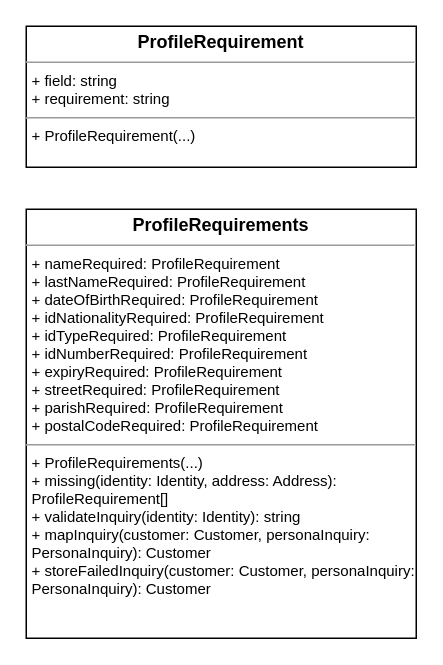
Before: practices/clean_engineering/model/.examples/actual/from-markdown/to-drawio/KYC/kyc.drawio in abd-works/abd-context-driven-delivery, a draw.io diagram. Source tidied: cells renumbered, new cells numbered last; positions are measured from the earlier drawing's top-left corner, leaving out a move shared by most shapes. Both pictures are drawn from the tidied source at 150%, with x=0, y=0 at pixel (26, 26).
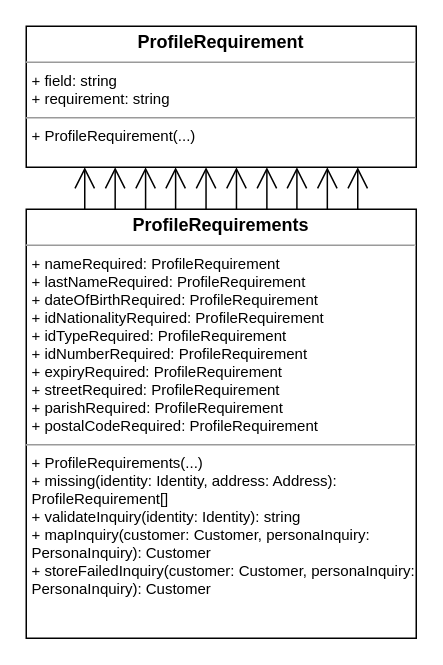
The same page after the edit.

What changed in the source:
```diff
@@
 <mxGraphModel>
   <root>
     <mxCell id="0" />
     <mxCell id="1" parent="0" />
     <mxCell id="2" value="&lt;p style=&quot;margin:0px;margin-top:4px;text-align:center;&quot;&gt;&lt;b&gt;ProfileRequirement&lt;/b&gt;&lt;/p&gt;&lt;hr size=&quot;1&quot;/&gt;&lt;p style=&quot;margin:0px;margin-left:4px;font-size:10px;&quot;&gt;+ field: string&lt;br/&gt;+ requirement: string&lt;br/&gt;&lt;/p&gt;&lt;hr size=&quot;1&quot;/&gt;&lt;p style=&quot;margin:0px;margin-left:4px;font-size:10px;&quot;&gt;+ ProfileRequirement(...)&lt;br/&gt;&lt;/p&gt;" style="verticalAlign=top;align=left;overflow=fill;fontSize=12;fontFamily=Helvetica;html=1;whiteSpace=wrap;" parent="1" vertex="1">
       <mxGeometry width="260" height="94" as="geometry" />
     </mxCell>
     <mxCell id="3" value="&lt;p style=&quot;margin:0px;margin-top:4px;text-align:center;&quot;&gt;&lt;b&gt;ProfileRequirements&lt;/b&gt;&lt;/p&gt;&lt;hr size=&quot;1&quot;/&gt;&lt;p style=&quot;margin:0px;margin-left:4px;font-size:10px;&quot;&gt;+ nameRequired: ProfileRequirement&lt;br/&gt;+ lastNameRequired: ProfileRequirement&lt;br/&gt;+ dateOfBirthRequired: ProfileRequirement&lt;br/&gt;+ idNationalityRequired: ProfileRequirement&lt;br/&gt;+ idTypeRequired: ProfileRequirement&lt;br/&gt;+ idNumberRequired: ProfileRequirement&lt;br/&gt;+ expiryRequired: ProfileRequirement&lt;br/&gt;+ streetRequired: ProfileRequirement&lt;br/&gt;+ parishRequired: ProfileRequirement&lt;br/&gt;+ postalCodeRequired: ProfileRequirement&lt;br/&gt;&lt;/p&gt;&lt;hr size=&quot;1&quot;/&gt;&lt;p style=&quot;margin:0px;margin-left:4px;font-size:10px;&quot;&gt;+ ProfileRequirements(...)&lt;br/&gt;+ missing(identity: Identity, address: Address): ProfileRequirement[]&lt;br/&gt;+ validateInquiry(identity: Identity): string&lt;br/&gt;+ mapInquiry(customer: Customer, personaInquiry: PersonaInquiry): Customer&lt;br/&gt;+ storeFailedInquiry(customer: Customer, personaInquiry: PersonaInquiry): Customer&lt;br/&gt;&lt;/p&gt;" style="verticalAlign=top;align=left;overflow=fill;fontSize=12;fontFamily=Helvetica;html=1;whiteSpace=wrap;" parent="1" vertex="1">
       <mxGeometry y="122" width="260" height="286" as="geometry" />
     </mxCell>
+    <mxCell id="4" style="edgeStyle=orthogonalEdgeStyle;rounded=1;endArrow=open;endSize=12;html=1;exitX=0.15;exitY=0.0;exitDx=0;exitDy=0;entryX=0.15;entryY=1.0;entryDx=0;entryDy=0;" parent="1" edge="1" source="3" target="2">
+      <mxGeometry relative="1" as="geometry" />
+    </mxCell>
+    <mxCell id="5" style="edgeStyle=orthogonalEdgeStyle;rounded=1;endArrow=open;endSize=12;html=1;exitX=0.228;exitY=0.0;exitDx=0;exitDy=0;entryX=0.228;entryY=1.0;entryDx=0;entryDy=0;" parent="1" edge="1" source="3" target="2">
+      <mxGeometry relative="1" as="geometry" />
+    </mxCell>
+    <mxCell id="6" style="edgeStyle=orthogonalEdgeStyle;rounded=1;endArrow=open;endSize=12;html=1;exitX=0.306;exitY=0.0;exitDx=0;exitDy=0;entryX=0.306;entryY=1.0;entryDx=0;entryDy=0;" parent="1" edge="1" source="3" target="2">
+      <mxGeometry relative="1" as="geometry" />
+    </mxCell>
+    <mxCell id="7" style="edgeStyle=orthogonalEdgeStyle;rounded=1;endArrow=open;endSize=12;html=1;exitX=0.383;exitY=0.0;exitDx=0;exitDy=0;entryX=0.383;entryY=1.0;entryDx=0;entryDy=0;" parent="1" edge="1" source="3" target="2">
+      <mxGeometry relative="1" as="geometry" />
+    </mxCell>
+    <mxCell id="8" style="edgeStyle=orthogonalEdgeStyle;rounded=1;endArrow=open;endSize=12;html=1;exitX=0.461;exitY=0.0;exitDx=0;exitDy=0;entryX=0.461;entryY=1.0;entryDx=0;entryDy=0;" parent="1" edge="1" source="3" target="2">
+      <mxGeometry relative="1" as="geometry" />
+    </mxCell>
+    <mxCell id="9" style="edgeStyle=orthogonalEdgeStyle;rounded=1;endArrow=open;endSize=12;html=1;exitX=0.539;exitY=0.0;exitDx=0;exitDy=0;entryX=0.539;entryY=1.0;entryDx=0;entryDy=0;" parent="1" edge="1" source="3" target="2">
+      <mxGeometry relative="1" as="geometry" />
+    </mxCell>
+    <mxCell id="10" style="edgeStyle=orthogonalEdgeStyle;rounded=1;endArrow=open;endSize=12;html=1;exitX=0.617;exitY=0.0;exitDx=0;exitDy=0;entryX=0.617;entryY=1.0;entryDx=0;entryDy=0;" parent="1" edge="1" source="3" target="2">
+      <mxGeometry relative="1" as="geometry" />
+    </mxCell>
+    <mxCell id="11" style="edgeStyle=orthogonalEdgeStyle;rounded=1;endArrow=open;endSize=12;html=1;exitX=0.694;exitY=0.0;exitDx=0;exitDy=0;entryX=0.694;entryY=1.0;entryDx=0;entryDy=0;" parent="1" edge="1" source="3" target="2">
+      <mxGeometry relative="1" as="geometry" />
+    </mxCell>
+    <mxCell id="12" style="edgeStyle=orthogonalEdgeStyle;rounded=1;endArrow=open;endSize=12;html=1;exitX=0.772;exitY=0.0;exitDx=0;exitDy=0;entryX=0.772;entryY=1.0;entryDx=0;entryDy=0;" parent="1" edge="1" source="3" target="2">
+      <mxGeometry relative="1" as="geometry" />
+    </mxCell>
+    <mxCell id="13" style="edgeStyle=orthogonalEdgeStyle;rounded=1;endArrow=open;endSize=12;html=1;exitX=0.85;exitY=0.0;exitDx=0;exitDy=0;entryX=0.85;entryY=1.0;entryDx=0;entryDy=0;" parent="1" edge="1" source="3" target="2">
+      <mxGeometry relative="1" as="geometry" />
+    </mxCell>
   </root>
 </mxGraphModel>
```
